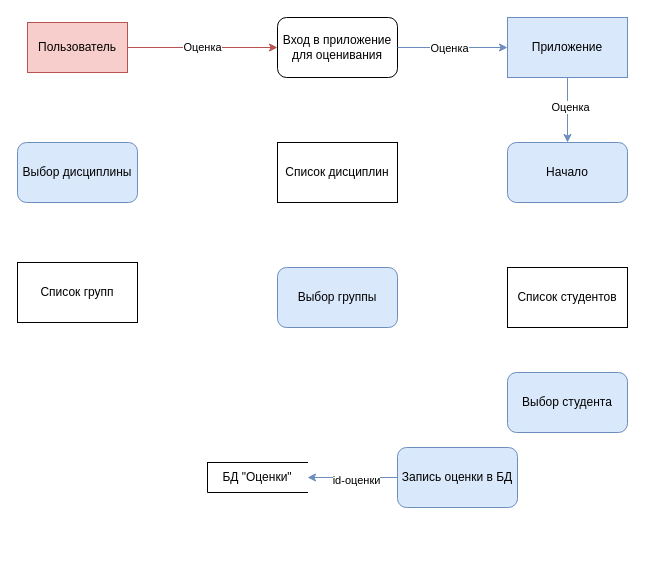
PaulMatthewss/PP2 keeps this draw.io diagram as DFD.drawio. Above is the earlier version. Source tidied: cells renumbered, new cells numbered last; positions are measured from the earlier drawing's top-left corner, leaving out a move shared by most shapes. Both pictures are drawn from the tidied source at 100%, with x=0, y=0 at pixel (17, 17).
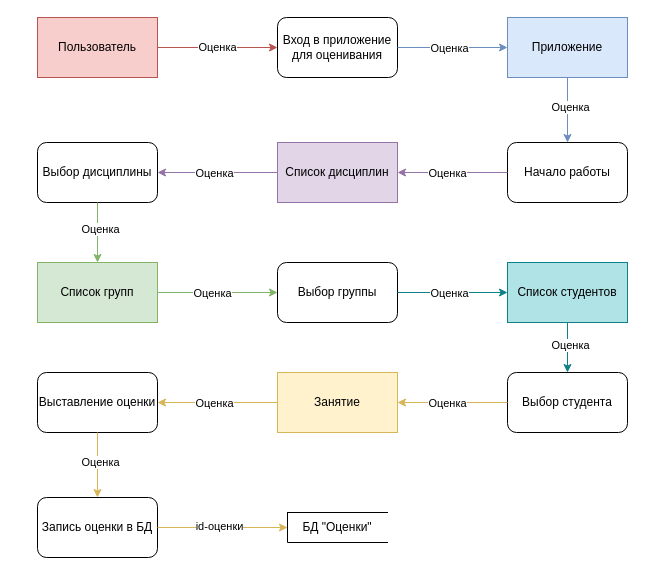
The same page after the edit.

What changed in the source:
```diff
@@
-    <mxCell id="2" value="Пользователь" style="html=1;dashed=0;whiteSpace=wrap;fillColor=#f8cecc;strokeColor=#b85450;" parent="1" vertex="1">
-      <mxGeometry x="10" y="5" width="100" height="50" as="geometry" />
-    </mxCell>
@@
-    <mxCell id="8" value="Запись оценки в БД" style="rounded=1;whiteSpace=wrap;html=1;fillColor=#dae8fc;strokeColor=#6c8ebf;" parent="1" vertex="1">
-      <mxGeometry x="380" y="430" width="120" height="60" as="geometry" />
+    <mxCell id="8" value="Запись оценки в БД" style="rounded=1;whiteSpace=wrap;html=1;" parent="1" vertex="1">
+      <mxGeometry x="20" y="480" width="120" height="60" as="geometry" />
     </mxCell>
     <mxCell id="9" value="БД &quot;Оценки&quot;" style="html=1;dashed=0;whiteSpace=wrap;shape=partialRectangle;right=0;" parent="1" vertex="1">
-      <mxGeometry x="190" y="445" width="100" height="30" as="geometry" />
+      <mxGeometry x="270" y="495" width="100" height="30" as="geometry" />
     </mxCell>
@@
-    <mxCell id="12" style="endArrow=classic;html=1;rounded=0;fillColor=#dae8fc;strokeColor=#6c8ebf;" parent="1" edge="1" source="8" target="9">
+    <mxCell id="12" style="endArrow=classic;html=1;rounded=0;fillColor=#fff2cc;strokeColor=#d6b656;" parent="1" edge="1" source="8" target="9">
       <mxGeometry relative="1" as="geometry" />
     </mxCell>
@@
-    <mxCell id="14" value="Начало" style="rounded=1;whiteSpace=wrap;html=1;fillColor=#dae8fc;strokeColor=#6c8ebf;" parent="1" vertex="1">
+    <mxCell id="14" value="Начало работы" style="rounded=1;whiteSpace=wrap;html=1;" parent="1" vertex="1">
       <mxGeometry x="490" y="125" width="120" height="60" as="geometry" />
     </mxCell>
-    <mxCell id="15" value="Список дисциплин" style="html=1;dashed=0;whiteSpace=wrap;" parent="1" vertex="1">
+    <mxCell id="15" value="Список дисциплин" style="html=1;dashed=0;whiteSpace=wrap;fillColor=#e1d5e7;strokeColor=#9673a6;" parent="1" vertex="1">
       <mxGeometry x="260" y="125" width="120" height="60" as="geometry" />
     </mxCell>
-    <mxCell id="16" value="Выбор дисциплины" style="rounded=1;whiteSpace=wrap;html=1;fillColor=#dae8fc;strokeColor=#6c8ebf;" parent="1" vertex="1">
-      <mxGeometry y="125" width="120" height="60" as="geometry" />
+    <mxCell id="16" value="Выбор дисциплины" style="rounded=1;whiteSpace=wrap;html=1;" parent="1" vertex="1">
+      <mxGeometry x="20" y="125" width="120" height="60" as="geometry" />
     </mxCell>
-    <mxCell id="17" value="Список групп" style="html=1;dashed=0;whiteSpace=wrap;" parent="1" vertex="1">
-      <mxGeometry y="245" width="120" height="60" as="geometry" />
+    <mxCell id="17" value="Список групп" style="html=1;dashed=0;whiteSpace=wrap;fillColor=#d5e8d4;strokeColor=#82b366;" parent="1" vertex="1">
+      <mxGeometry x="20" y="245" width="120" height="60" as="geometry" />
     </mxCell>
-    <mxCell id="18" value="Выбор группы" style="rounded=1;whiteSpace=wrap;html=1;fillColor=#dae8fc;strokeColor=#6c8ebf;" parent="1" vertex="1">
-      <mxGeometry x="260" y="250" width="120" height="60" as="geometry" />
+    <mxCell id="18" value="Выбор группы" style="rounded=1;whiteSpace=wrap;html=1;" parent="1" vertex="1">
+      <mxGeometry x="260" y="245" width="120" height="60" as="geometry" />
     </mxCell>
-    <mxCell id="19" value="Список студентов" style="html=1;dashed=0;whiteSpace=wrap;" parent="1" vertex="1">
-      <mxGeometry x="490" y="250" width="120" height="60" as="geometry" />
+    <mxCell id="19" value="Список студентов" style="html=1;dashed=0;whiteSpace=wrap;fillColor=#b0e3e6;strokeColor=#0e8088;" parent="1" vertex="1">
+      <mxGeometry x="490" y="245" width="120" height="60" as="geometry" />
     </mxCell>
-    <mxCell id="20" value="Выбор студента" style="rounded=1;whiteSpace=wrap;html=1;fillColor=#dae8fc;strokeColor=#6c8ebf;" parent="1" vertex="1">
+    <mxCell id="20" value="Выбор студента" style="rounded=1;whiteSpace=wrap;html=1;" parent="1" vertex="1">
       <mxGeometry x="490" y="355" width="120" height="60" as="geometry" />
     </mxCell>
+    <mxCell id="21" value="Занятие" style="html=1;dashed=0;whiteSpace=wrap;fillColor=#fff2cc;strokeColor=#d6b656;" parent="1" vertex="1">
+      <mxGeometry x="260" y="355" width="120" height="60" as="geometry" />
+    </mxCell>
+    <mxCell id="22" value="Выставление оценки" style="rounded=1;whiteSpace=wrap;html=1;" parent="1" vertex="1">
+      <mxGeometry x="20" y="355" width="120" height="60" as="geometry" />
+    </mxCell>
+    <mxCell id="23" style="endArrow=classic;html=1;rounded=0;fillColor=#e1d5e7;strokeColor=#9673a6;" parent="1" edge="1" source="14" target="15">
+      <mxGeometry relative="1" as="geometry" />
+    </mxCell>
+    <mxCell id="24" value="Оценка" style="edgeLabel;html=1;align=center;verticalAlign=middle;" parent="23" vertex="1">
+      <mxGeometry x="-0.28" relative="1" as="geometry">
+        <mxPoint x="-21" as="offset" />
+      </mxGeometry>
+    </mxCell>
+    <mxCell id="25" style="endArrow=classic;html=1;rounded=0;fillColor=#e1d5e7;strokeColor=#9673a6;" parent="1" edge="1" source="15" target="16">
+      <mxGeometry relative="1" as="geometry" />
+    </mxCell>
+    <mxCell id="26" value="Оценка" style="edgeLabel;html=1;align=center;verticalAlign=middle;" parent="25" vertex="1">
+      <mxGeometry x="-0.28" relative="1" as="geometry">
+        <mxPoint x="-21" as="offset" />
+      </mxGeometry>
+    </mxCell>
+    <mxCell id="27" style="endArrow=classic;html=1;rounded=0;fillColor=#d5e8d4;strokeColor=#82b366;" parent="1" edge="1" source="16" target="17">
+      <mxGeometry relative="1" as="geometry" />
+    </mxCell>
+    <mxCell id="28" value="Оценка" style="edgeLabel;html=1;align=center;verticalAlign=middle;" parent="27" vertex="1">
+      <mxGeometry x="-0.12" y="2" relative="1" as="geometry" />
+    </mxCell>
+    <mxCell id="29" style="endArrow=classic;html=1;rounded=0;fillColor=#d5e8d4;strokeColor=#82b366;" parent="1" edge="1" source="17" target="18">
+      <mxGeometry relative="1" as="geometry" />
+    </mxCell>
+    <mxCell id="30" value="Оценка" style="edgeLabel;html=1;align=center;verticalAlign=middle;" parent="29" vertex="1">
+      <mxGeometry x="-0.28" relative="1" as="geometry">
+        <mxPoint x="11" as="offset" />
+      </mxGeometry>
+    </mxCell>
+    <mxCell id="31" style="endArrow=classic;html=1;rounded=0;fillColor=#b0e3e6;strokeColor=#0e8088;" parent="1" edge="1" source="18" target="19">
+      <mxGeometry relative="1" as="geometry" />
+    </mxCell>
+    <mxCell id="32" value="Оценка" style="edgeLabel;html=1;align=center;verticalAlign=middle;" parent="31" vertex="1">
+      <mxGeometry x="-0.28" relative="1" as="geometry">
+        <mxPoint x="11" as="offset" />
+      </mxGeometry>
+    </mxCell>
+    <mxCell id="33" style="endArrow=classic;html=1;rounded=0;fillColor=#fff2cc;strokeColor=#d6b656;" parent="1" edge="1" source="20" target="21">
+      <mxGeometry relative="1" as="geometry" />
+    </mxCell>
+    <mxCell id="34" value="Оценка" style="edgeLabel;html=1;align=center;verticalAlign=middle;" parent="33" vertex="1">
+      <mxGeometry x="-0.28" relative="1" as="geometry">
+        <mxPoint x="-21" as="offset" />
+      </mxGeometry>
+    </mxCell>
+    <mxCell id="35" style="endArrow=classic;html=1;rounded=0;fillColor=#fff2cc;strokeColor=#d6b656;" parent="1" edge="1" source="21" target="22">
+      <mxGeometry relative="1" as="geometry" />
+    </mxCell>
+    <mxCell id="36" value="Оценка" style="edgeLabel;html=1;align=center;verticalAlign=middle;" parent="35" vertex="1">
+      <mxGeometry x="-0.28" relative="1" as="geometry">
+        <mxPoint x="-21" as="offset" />
+      </mxGeometry>
+    </mxCell>
+    <mxCell id="37" style="endArrow=classic;html=1;rounded=0;fillColor=#b0e3e6;strokeColor=#0e8088;" parent="1" edge="1" source="19" target="20">
+      <mxGeometry relative="1" as="geometry" />
+    </mxCell>
+    <mxCell id="38" value="Оценка" style="edgeLabel;html=1;align=center;verticalAlign=middle;" parent="37" vertex="1">
+      <mxGeometry x="-0.12" y="2" relative="1" as="geometry" />
+    </mxCell>
+    <mxCell id="39" style="endArrow=classic;html=1;rounded=0;fillColor=#fff2cc;strokeColor=#d6b656;" parent="1" edge="1" source="22" target="8">
+      <mxGeometry relative="1" as="geometry" />
+    </mxCell>
+    <mxCell id="40" value="Оценка" style="edgeLabel;html=1;align=center;verticalAlign=middle;" parent="39" vertex="1">
+      <mxGeometry x="-0.12" y="2" relative="1" as="geometry" />
+    </mxCell>
+    <mxCell id="2" value="Пользователь" style="rounded=0;whiteSpace=wrap;html=1;fillColor=#f8cecc;strokeColor=#b85450;" parent="1" vertex="1">
+      <mxGeometry x="20" width="120" height="60" as="geometry" />
+    </mxCell>
```
